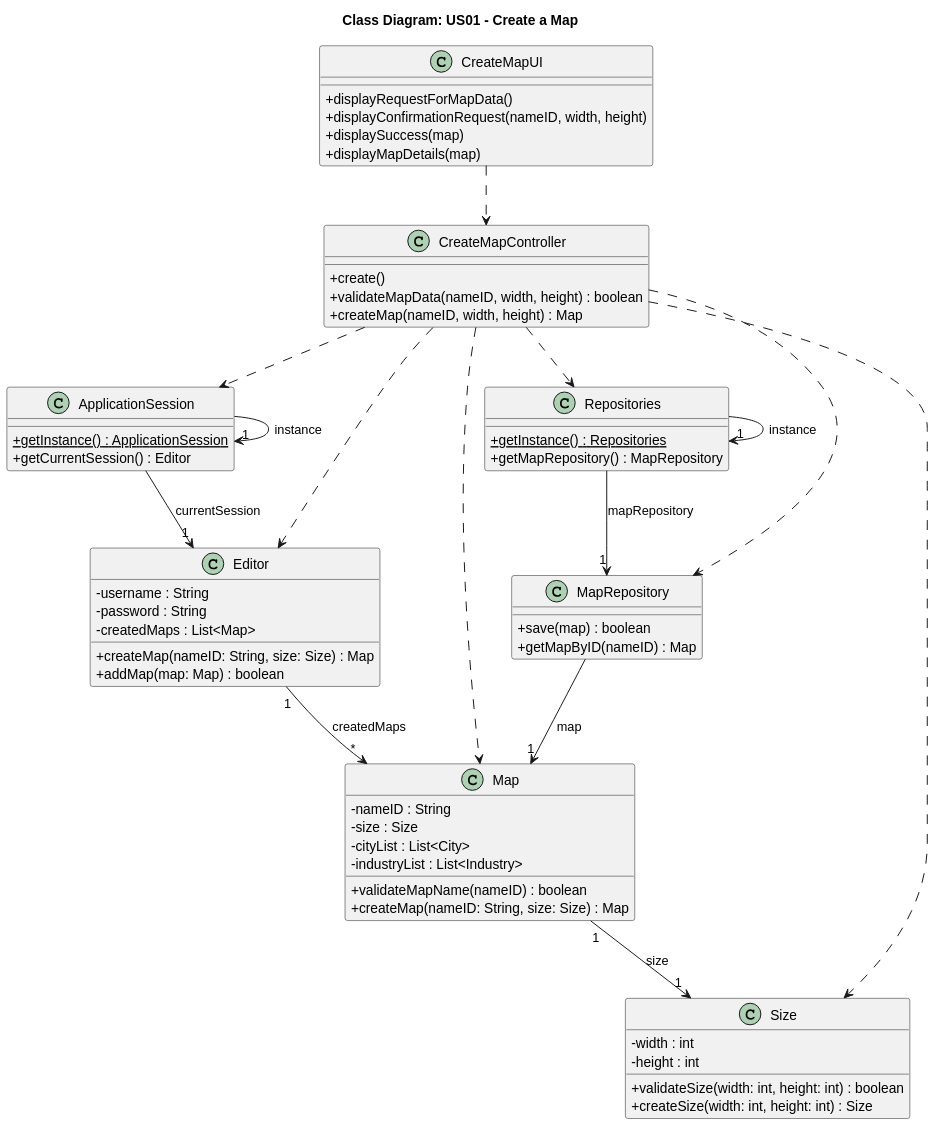
This is docs/system-documentation/Sprint 2/US01/03.design/svg/US01-CD.svg from HenriqueSilva18/Railway-Network-Simulator, a PlantUML export, as it was before one commit.
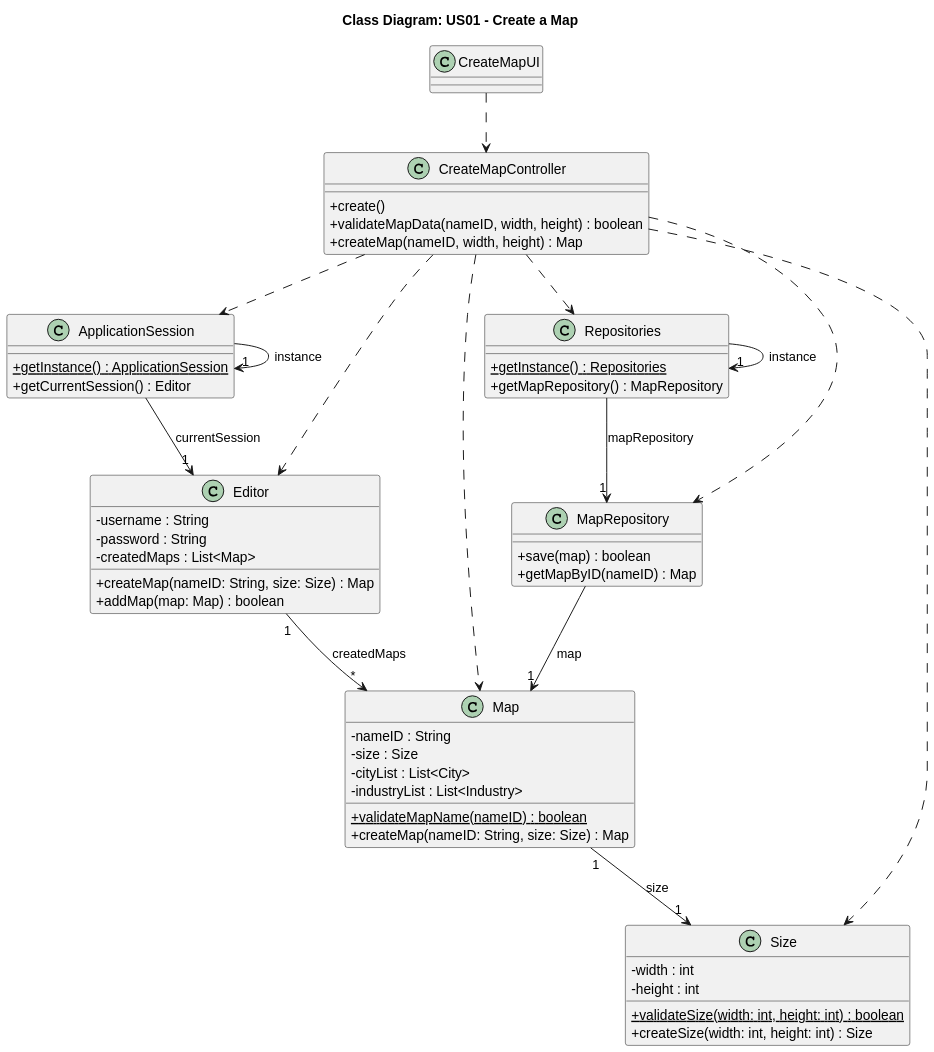
After the change.

The edit, as a diff of the source:
```diff
@@ -6,10 +6,6 @@
 title Class Diagram: US01 - Create a Map
 
 class CreateMapUI {
-    + displayRequestForMapData()
-    + displayConfirmationRequest(nameID, width, height)
-    + displaySuccess(map)
-    + displayMapDetails(map)
 }
 
 class CreateMapController {
@@ -33,21 +29,21 @@
     + getCurrentSession() : Editor
 }
 
-class Map {
-    - nameID : String
-    - size : Size
-    - cityList : List<City>
-    - industryList : List<Industry>
+    class Map {
+        - nameID : String
+        - size : Size
+        - cityList : List<City>
+        - industryList : List<Industry>
 
-    + validateMapName(nameID) : boolean
-    + createMap(nameID: String, size: Size) : Map
-}
+        + {static} validateMapName(nameID) : boolean
+        + createMap(nameID: String, size: Size) : Map
+    }
 
 class Size {
     - width : int
     - height : int
 
-    + validateSize(width: int, height: int) : boolean
+    + {static} validateSize(width: int, height: int) : boolean
     + createSize(width: int, height: int) : Size
 }
 
```
